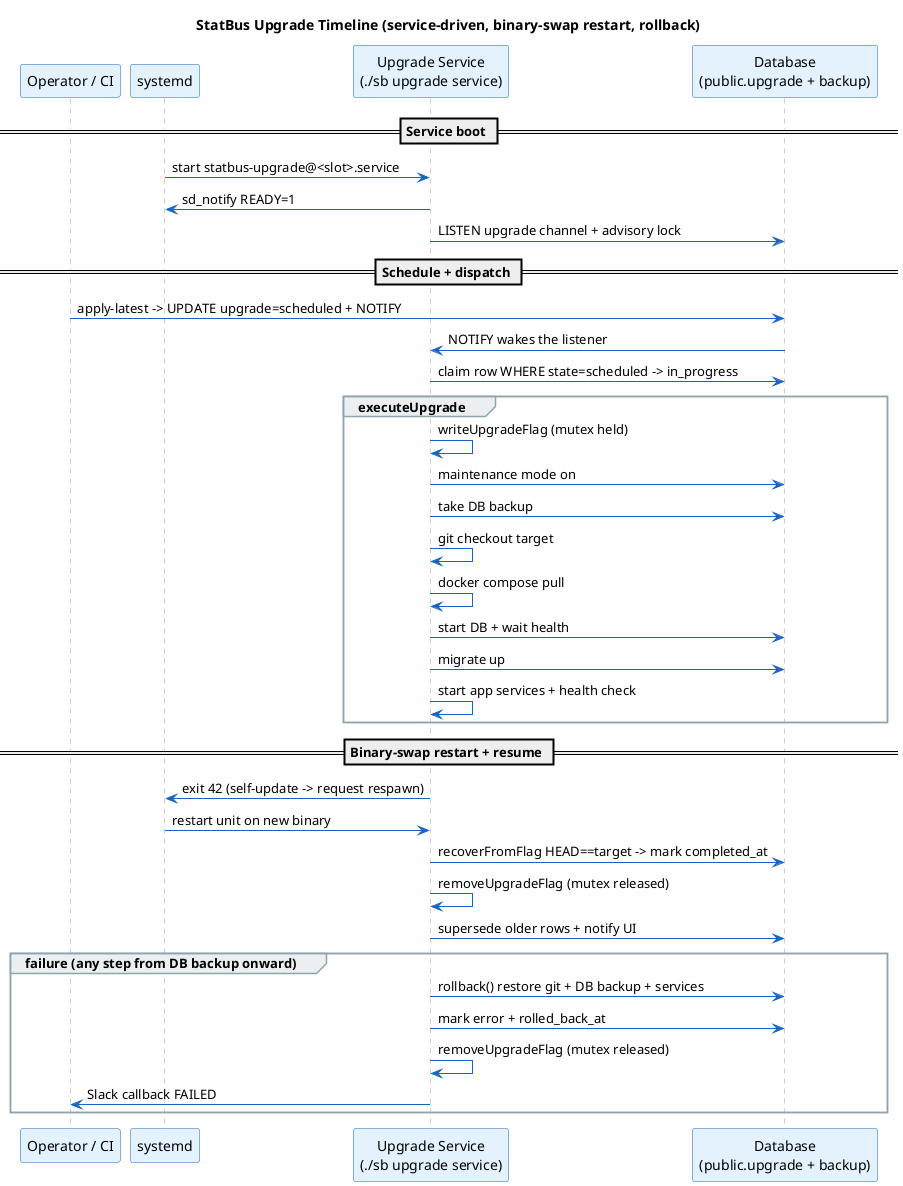
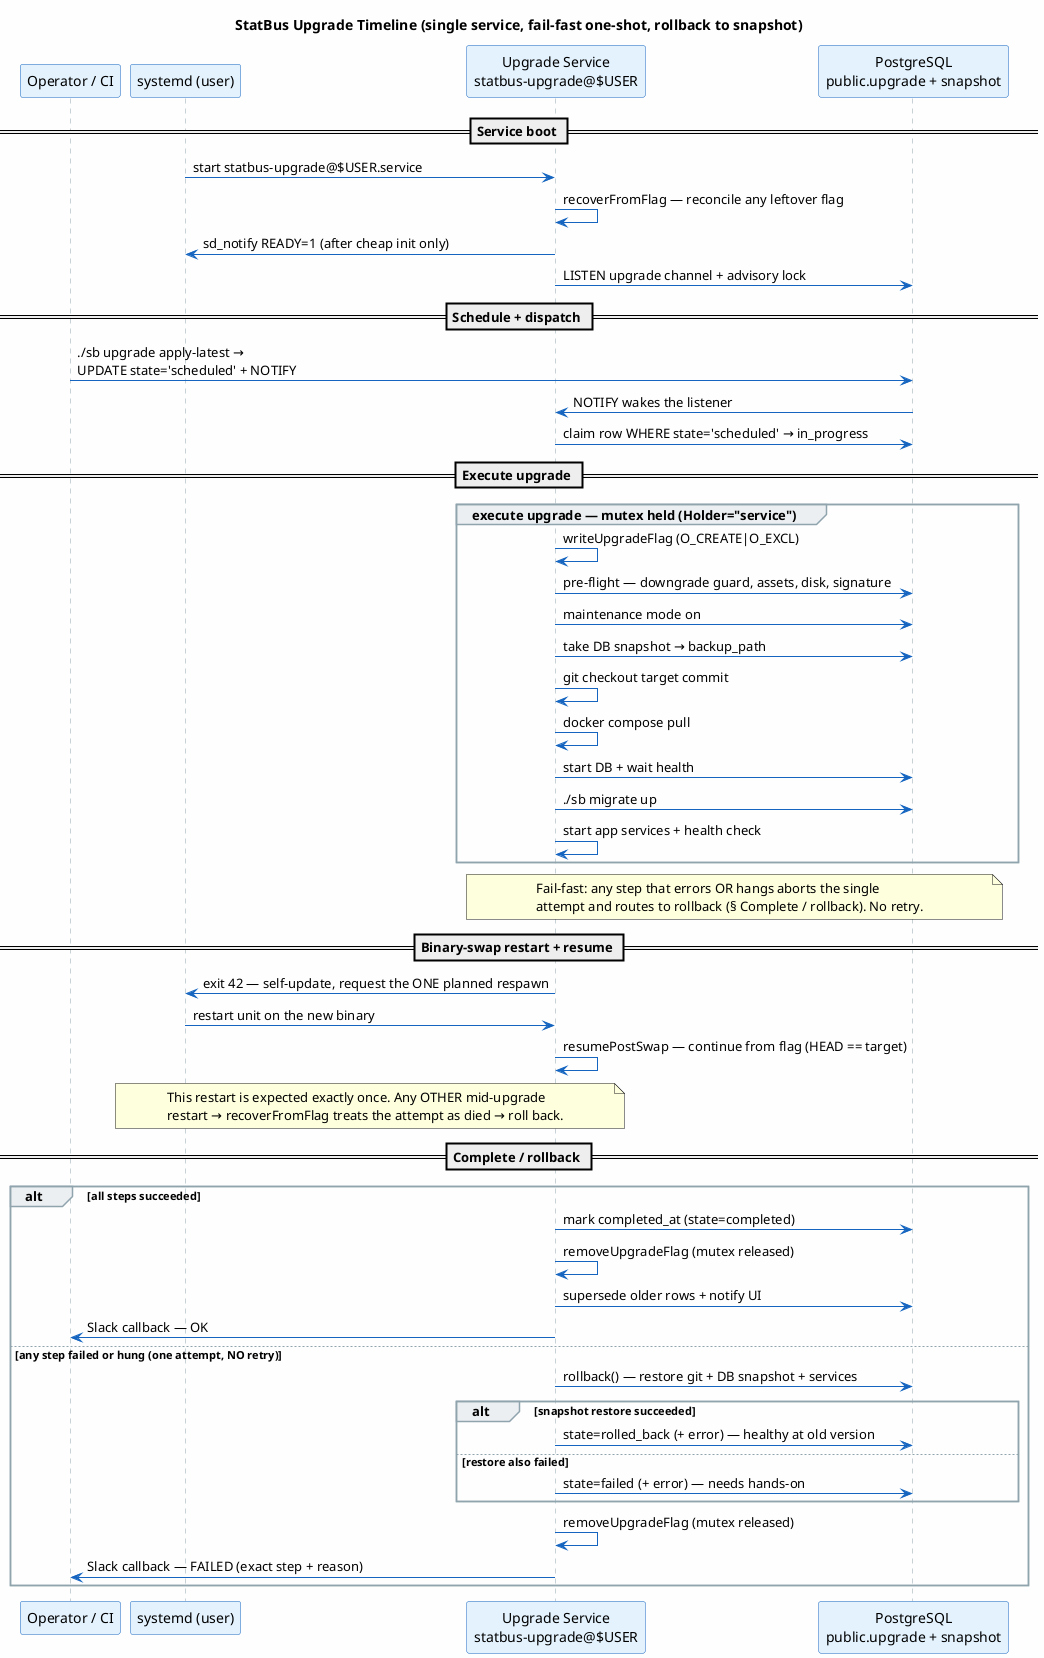
@startuml upgrade-timeline
- ' PROTOTYPE — PlantUML equivalent of upgrade-timeline.d2, for side-by-side comparison.
- ' Mirrors doc/upgrade-system.md "executeUpgrade pipeline" + "Recovery contract (recoverFromFlag)".
+ ' Authoritative sequence diagram for doc/upgrade-timeline.md.
+ ' The `==` bands are the citable named phases — keep them in sync with the
+ ' `##` section headers in upgrade-timeline.md so code comments can cite
+ ' "see upgrade-timeline.md § <band>".
skinparam backgroundColor #FEFEFE
skinparam sequence {
    ArrowColor #1565C0
    LifeLineBorderColor #90A4AE
    ParticipantBorderColor #1565C0
    ParticipantBackgroundColor #E3F2FD
    GroupBackgroundColor #ECEFF1
    GroupBorderColor #90A4AE
}

- title StatBus Upgrade Timeline (service-driven, binary-swap restart, rollback)
+ title StatBus Upgrade Timeline (single service, fail-fast one-shot, rollback to snapshot)

participant "Operator / CI" as cici
- participant "systemd" as systemd
- participant "Upgrade Service\n(./sb upgrade service)" as service
- participant "Database\n(public.upgrade + backup)" as db
+ participant "systemd (user)" as systemd
+ participant "Upgrade Service\nstatbus-upgrade@$USER" as service
+ participant "PostgreSQL\npublic.upgrade + snapshot" as db

== Service boot ==
- systemd -> service : start statbus-upgrade@<slot>.service
- service -> systemd : sd_notify READY=1
+ systemd -> service : start statbus-upgrade@$USER.service
+ service -> service : recoverFromFlag — reconcile any leftover flag
+ service -> systemd : sd_notify READY=1 (after cheap init only)
service -> db : LISTEN upgrade channel + advisory lock

== Schedule + dispatch ==
- cici -> db : apply-latest -> UPDATE upgrade=scheduled + NOTIFY
+ cici -> db : ./sb upgrade apply-latest →\nUPDATE state='scheduled' + NOTIFY
db -> service : NOTIFY wakes the listener
- service -> db : claim row WHERE state=scheduled -> in_progress
+ service -> db : claim row WHERE state='scheduled' → in_progress

- group executeUpgrade
-     service -> service : writeUpgradeFlag (mutex held)
+ == Execute upgrade ==
+ group execute upgrade — mutex held (Holder="service")
+     service -> service : writeUpgradeFlag (O_CREATE|O_EXCL)
+     service -> db : pre-flight — downgrade guard, assets, disk, signature
    service -> db : maintenance mode on
-     service -> db : take DB backup
-     service -> service : git checkout target
+     service -> db : take DB snapshot → backup_path
+     service -> service : git checkout target commit
    service -> service : docker compose pull
    service -> db : start DB + wait health
-     service -> db : migrate up
+     service -> db : ./sb migrate up
    service -> service : start app services + health check
end
+ note over service, db
+   Fail-fast: any step that errors OR hangs aborts the single
+   attempt and routes to rollback (§ Complete / rollback). No retry.
+ end note

== Binary-swap restart + resume ==
- service -> systemd : exit 42 (self-update -> request respawn)
- systemd -> service : restart unit on new binary
- service -> db : recoverFromFlag HEAD==target -> mark completed_at
- service -> service : removeUpgradeFlag (mutex released)
- service -> db : supersede older rows + notify UI
+ service -> systemd : exit 42 — self-update, request the ONE planned respawn
+ systemd -> service : restart unit on the new binary
+ service -> service : resumePostSwap — continue from flag (HEAD == target)
+ note over systemd, service
+   This restart is expected exactly once. Any OTHER mid-upgrade
+   restart → recoverFromFlag treats the attempt as died → roll back.
+ end note

- group failure (any step from DB backup onward)
-     service -> db : rollback() restore git + DB backup + services
-     service -> db : mark error + rolled_back_at
+ == Complete / rollback ==
+ alt all steps succeeded
+     service -> db : mark completed_at (state=completed)
    service -> service : removeUpgradeFlag (mutex released)
-     service -> cici : Slack callback FAILED
+     service -> db : supersede older rows + notify UI
+     service -> cici : Slack callback — OK
+ else any step failed or hung (one attempt, NO retry)
+     service -> db : rollback() — restore git + DB snapshot + services
+     alt snapshot restore succeeded
+         service -> db : state=rolled_back (+ error) — healthy at old version
+     else restore also failed
+         service -> db : state=failed (+ error) — needs hands-on
+     end
+     service -> service : removeUpgradeFlag (mutex released)
+     service -> cici : Slack callback — FAILED (exact step + reason)
end

@enduml
